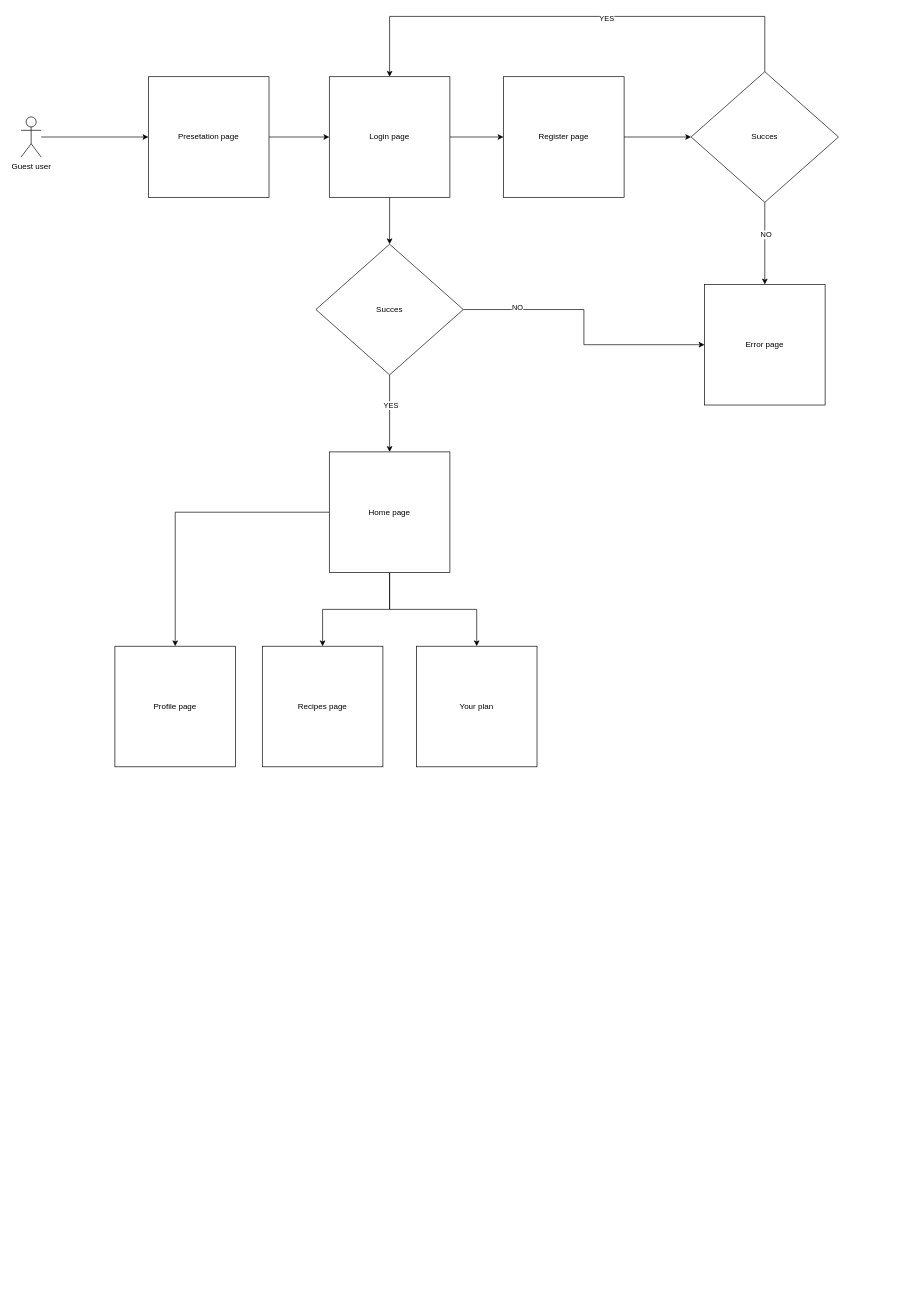
Before: documentation/keep-fit-diagrams.drawio in sgabriel190/keep-fit, a draw.io diagram. Source tidied: cells renumbered, new cells numbered last; positions are measured from the earlier drawing's top-left corner, leaving out a move shared by most shapes. Both pictures are drawn from the tidied source at 67%, with x=0, y=0 at pixel (21, 16).
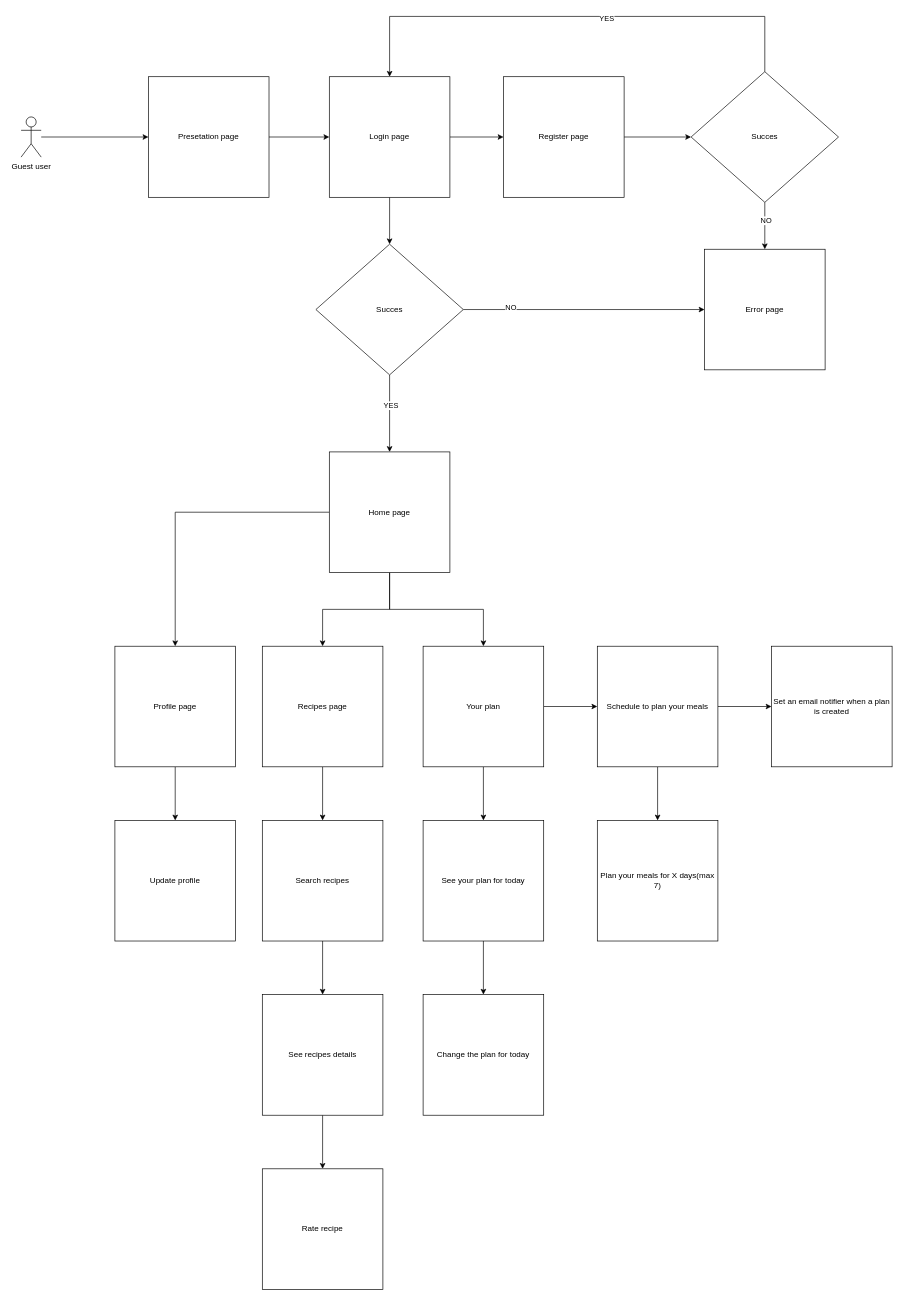
The same page after the edit.

Unchanged cells that the change refers to:
```xml
<mxCell id="26" value="Profile page" style="whiteSpace=wrap;html=1;" parent="1" vertex="1">
  <mxGeometry x="140" y="940" width="180" height="180" as="geometry" />
</mxCell>
<mxCell id="27" value="Recipes page" style="whiteSpace=wrap;html=1;" parent="1" vertex="1">
  <mxGeometry x="360" y="940" width="180" height="180" as="geometry" />
</mxCell>
```

The edit, as a diff of the source:
```diff
@@
     <mxCell id="16" value="Error page" style="whiteSpace=wrap;html=1;" parent="1" vertex="1">
-      <mxGeometry x="1020" y="400" width="180" height="180" as="geometry" />
+      <mxGeometry x="1020" y="347.5" width="180" height="180" as="geometry" />
     </mxCell>
@@
+    <mxCell id="29" style="edgeStyle=orthogonalEdgeStyle;rounded=0;jettySize=auto;html=1;" parent="1" edge="1" source="26" target="33">
+      <mxGeometry relative="1" as="geometry" />
+    </mxCell>
@@
+    <mxCell id="30" style="edgeStyle=orthogonalEdgeStyle;rounded=0;jettySize=auto;html=1;" parent="1" edge="1" source="27" target="35">
+      <mxGeometry relative="1" as="geometry" />
+    </mxCell>
@@
+    <mxCell id="31" style="edgeStyle=orthogonalEdgeStyle;rounded=0;jettySize=auto;html=1;" parent="1" edge="1" source="28" target="40">
+      <mxGeometry relative="1" as="geometry" />
+    </mxCell>
+    <mxCell id="32" style="edgeStyle=orthogonalEdgeStyle;rounded=0;jettySize=auto;html=1;" parent="1" edge="1" source="28" target="44">
+      <mxGeometry relative="1" as="geometry" />
+    </mxCell>
     <mxCell id="28" value="Your plan" style="whiteSpace=wrap;html=1;" parent="1" vertex="1">
-      <mxGeometry x="590" y="940" width="180" height="180" as="geometry" />
+      <mxGeometry x="600" y="940" width="180" height="180" as="geometry" />
     </mxCell>
+    <mxCell id="33" value="Update profile" style="whiteSpace=wrap;html=1;" parent="1" vertex="1">
+      <mxGeometry x="140" y="1200" width="180" height="180" as="geometry" />
+    </mxCell>
+    <mxCell id="34" style="edgeStyle=orthogonalEdgeStyle;rounded=0;jettySize=auto;html=1;" parent="1" edge="1" source="35" target="37">
+      <mxGeometry relative="1" as="geometry" />
+    </mxCell>
+    <mxCell id="35" value="Search recipes" style="whiteSpace=wrap;html=1;" parent="1" vertex="1">
+      <mxGeometry x="360" y="1200" width="180" height="180" as="geometry" />
+    </mxCell>
+    <mxCell id="36" style="edgeStyle=orthogonalEdgeStyle;rounded=0;jettySize=auto;html=1;" parent="1" edge="1" source="37" target="38">
+      <mxGeometry relative="1" as="geometry" />
+    </mxCell>
+    <mxCell id="37" value="See recipes details" style="whiteSpace=wrap;html=1;" parent="1" vertex="1">
+      <mxGeometry x="360" y="1460" width="180" height="180" as="geometry" />
+    </mxCell>
+    <mxCell id="38" value="Rate recipe" style="whiteSpace=wrap;html=1;" parent="1" vertex="1">
+      <mxGeometry x="360" y="1720" width="180" height="180" as="geometry" />
+    </mxCell>
+    <mxCell id="39" style="edgeStyle=orthogonalEdgeStyle;rounded=0;jettySize=auto;html=1;" parent="1" edge="1" source="40" target="41">
+      <mxGeometry relative="1" as="geometry" />
+    </mxCell>
+    <mxCell id="40" value="See your plan for today" style="whiteSpace=wrap;html=1;" parent="1" vertex="1">
+      <mxGeometry x="600" y="1200" width="180" height="180" as="geometry" />
+    </mxCell>
+    <mxCell id="41" value="Change the plan for today" style="whiteSpace=wrap;html=1;" parent="1" vertex="1">
+      <mxGeometry x="600" y="1460" width="180" height="180" as="geometry" />
+    </mxCell>
+    <mxCell id="42" style="edgeStyle=orthogonalEdgeStyle;rounded=0;jettySize=auto;html=1;" parent="1" edge="1" source="44" target="45">
+      <mxGeometry relative="1" as="geometry" />
+    </mxCell>
+    <mxCell id="43" style="edgeStyle=orthogonalEdgeStyle;rounded=0;jettySize=auto;html=1;" parent="1" edge="1" source="44" target="46">
+      <mxGeometry relative="1" as="geometry" />
+    </mxCell>
+    <mxCell id="44" value="Schedule to plan your meals" style="whiteSpace=wrap;html=1;" parent="1" vertex="1">
+      <mxGeometry x="860" y="940" width="180" height="180" as="geometry" />
+    </mxCell>
+    <mxCell id="45" value="Set an email notifier when a plan is created" style="whiteSpace=wrap;html=1;" parent="1" vertex="1">
+      <mxGeometry x="1120" y="940" width="180" height="180" as="geometry" />
+    </mxCell>
+    <mxCell id="46" value="Plan your meals for X days(max 7)" style="whiteSpace=wrap;html=1;" parent="1" vertex="1">
+      <mxGeometry x="860" y="1200" width="180" height="180" as="geometry" />
+    </mxCell>
```
